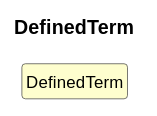
Cross-Domain-Interoperability-Framework/metadataBuildingBlocks keeps this PlantUML diagram as cdif-uml-model/cdifDiscovery/Classes/DefinedTerm.svg. Above is the earlier version. Its diagram source:
```plantuml
@startuml
title DefinedTerm
hide circle
hide empty members
skinparam shadowing false
skinparam ArrowThickness 1.2
skinparam class {
  ArrowColor #404040
  BorderColor #404040
  FontSize 12
}

class "DefinedTerm" as DefinedTerm #FEFECE
@enduml
```
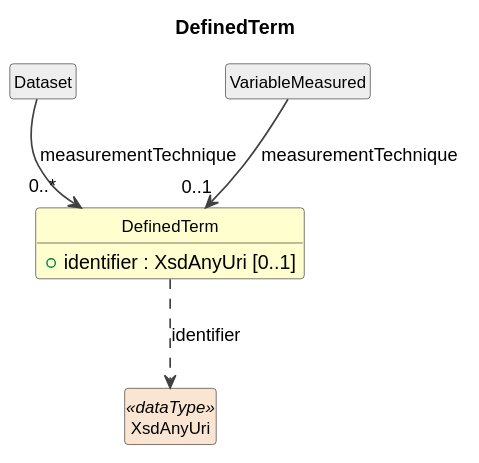
The same file after the commit.

What changed in the source:
```diff
@@ -10,5 +10,13 @@
   FontSize 12
 }
 
-class "DefinedTerm" as DefinedTerm #FEFECE
+class "DefinedTerm" as DefinedTerm #FEFECE {
+  +identifier : XsdAnyUri [0..1]
+}
+class "Dataset" as Dataset #EEEEEE
+Dataset --> "0..*" DefinedTerm : measurementTechnique
+class "VariableMeasured" as VariableMeasured #EEEEEE
+VariableMeasured --> "0..1" DefinedTerm : measurementTechnique
+class "XsdAnyUri" as XsdAnyUri <<dataType>> #FAE5D3
+DefinedTerm ..> XsdAnyUri : identifier
 @enduml
```
